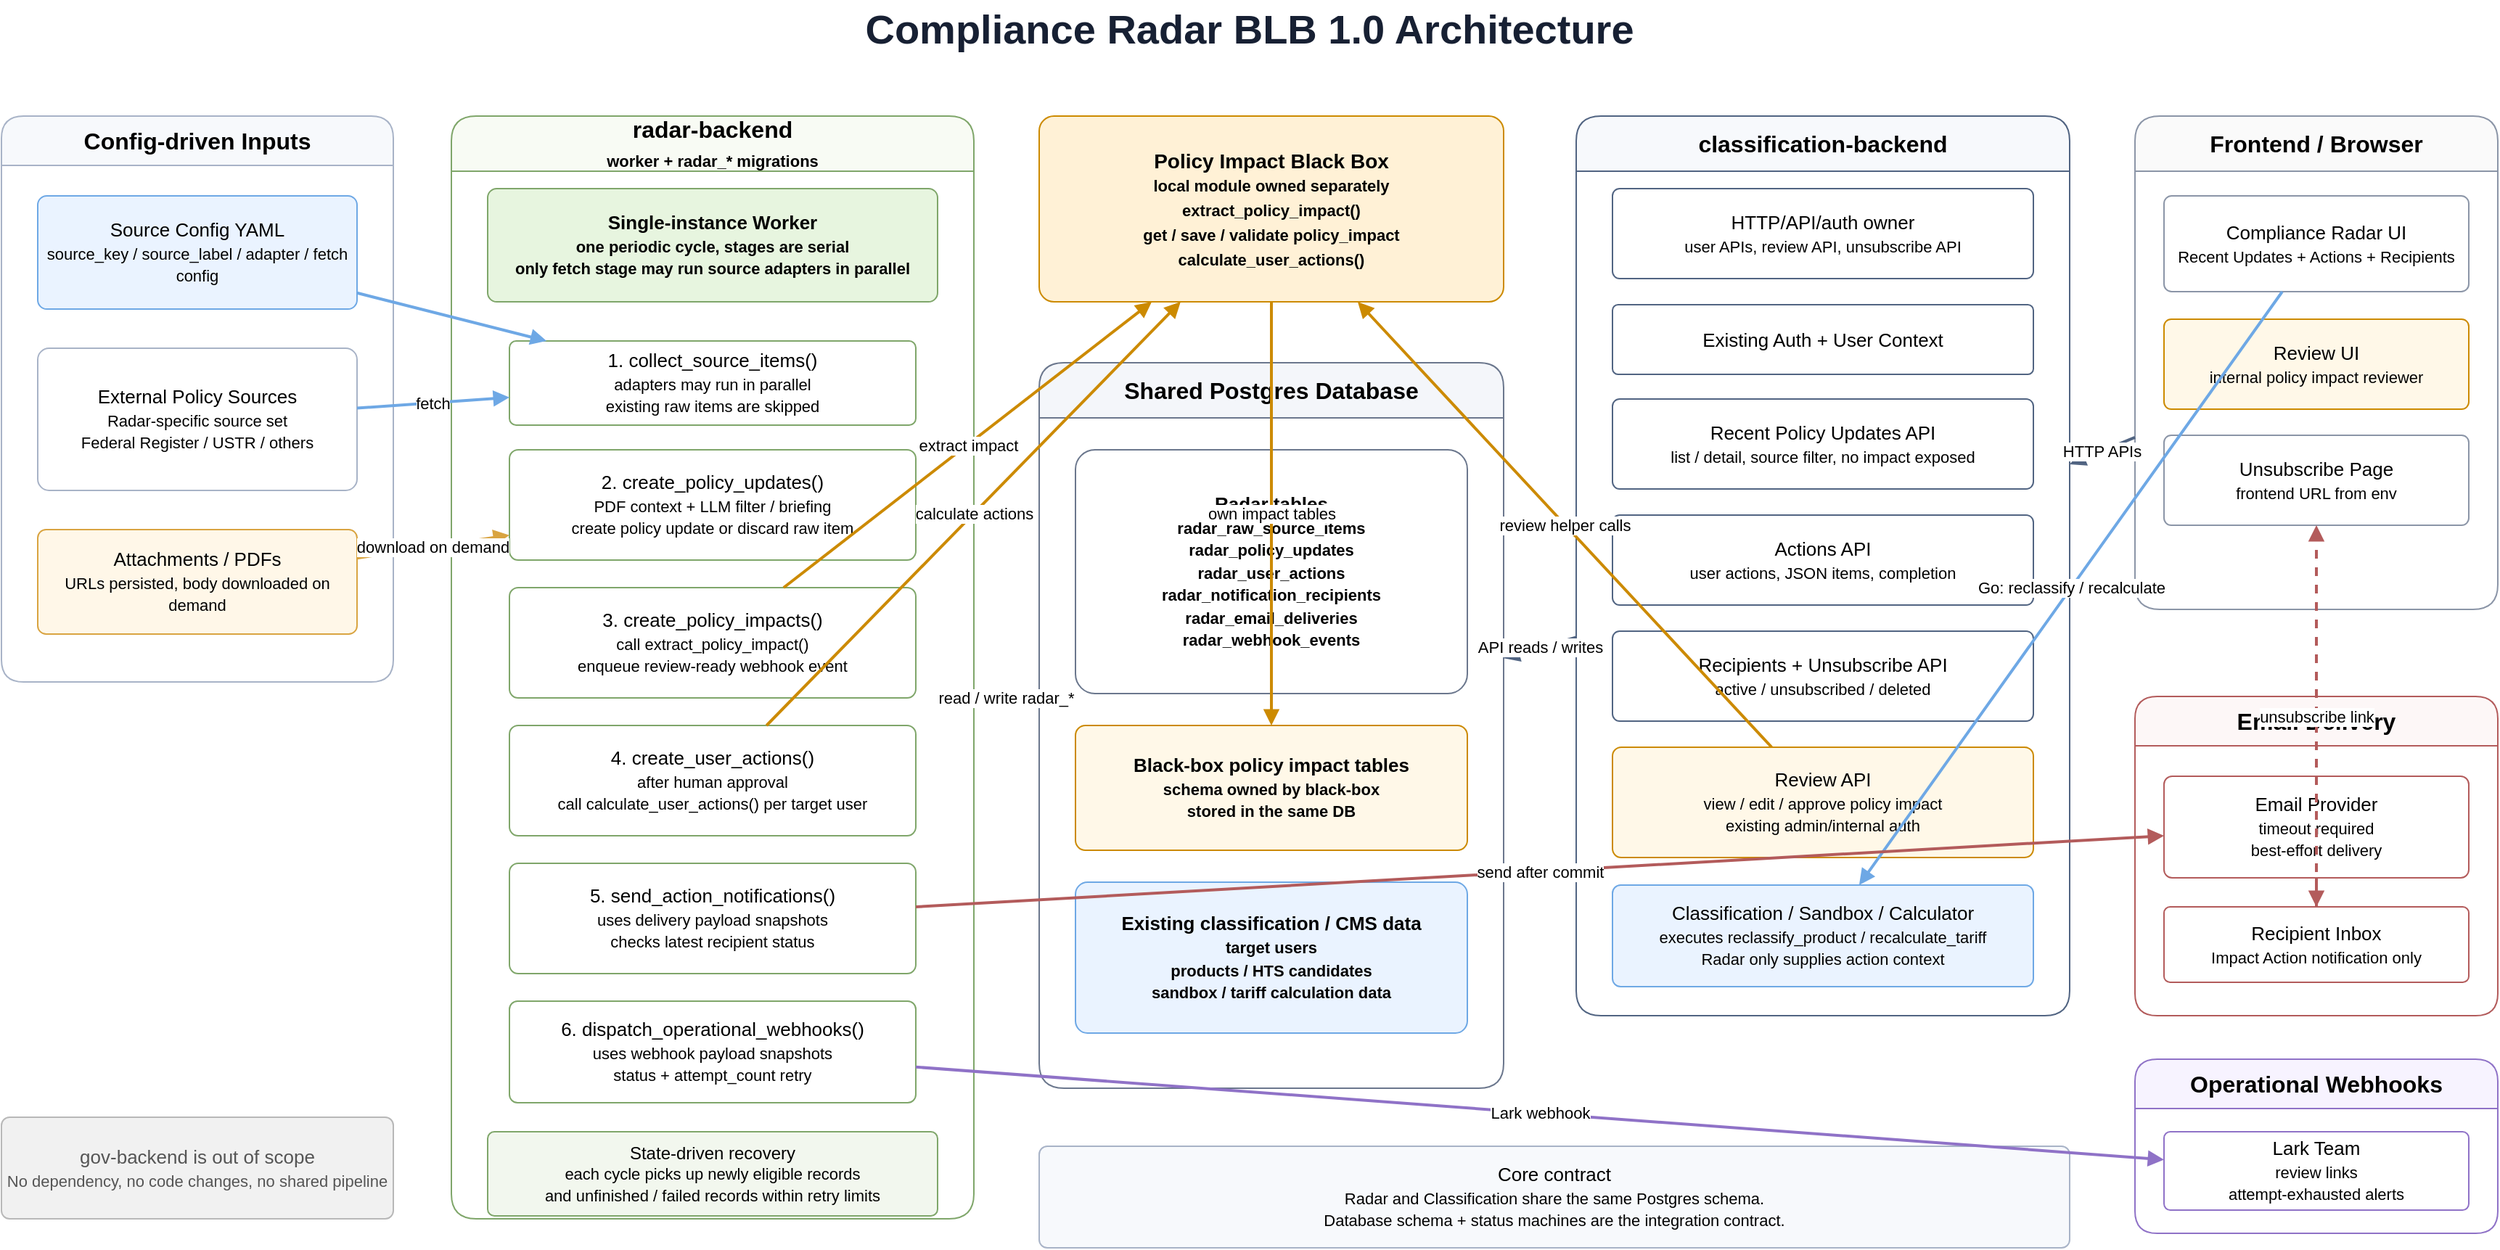
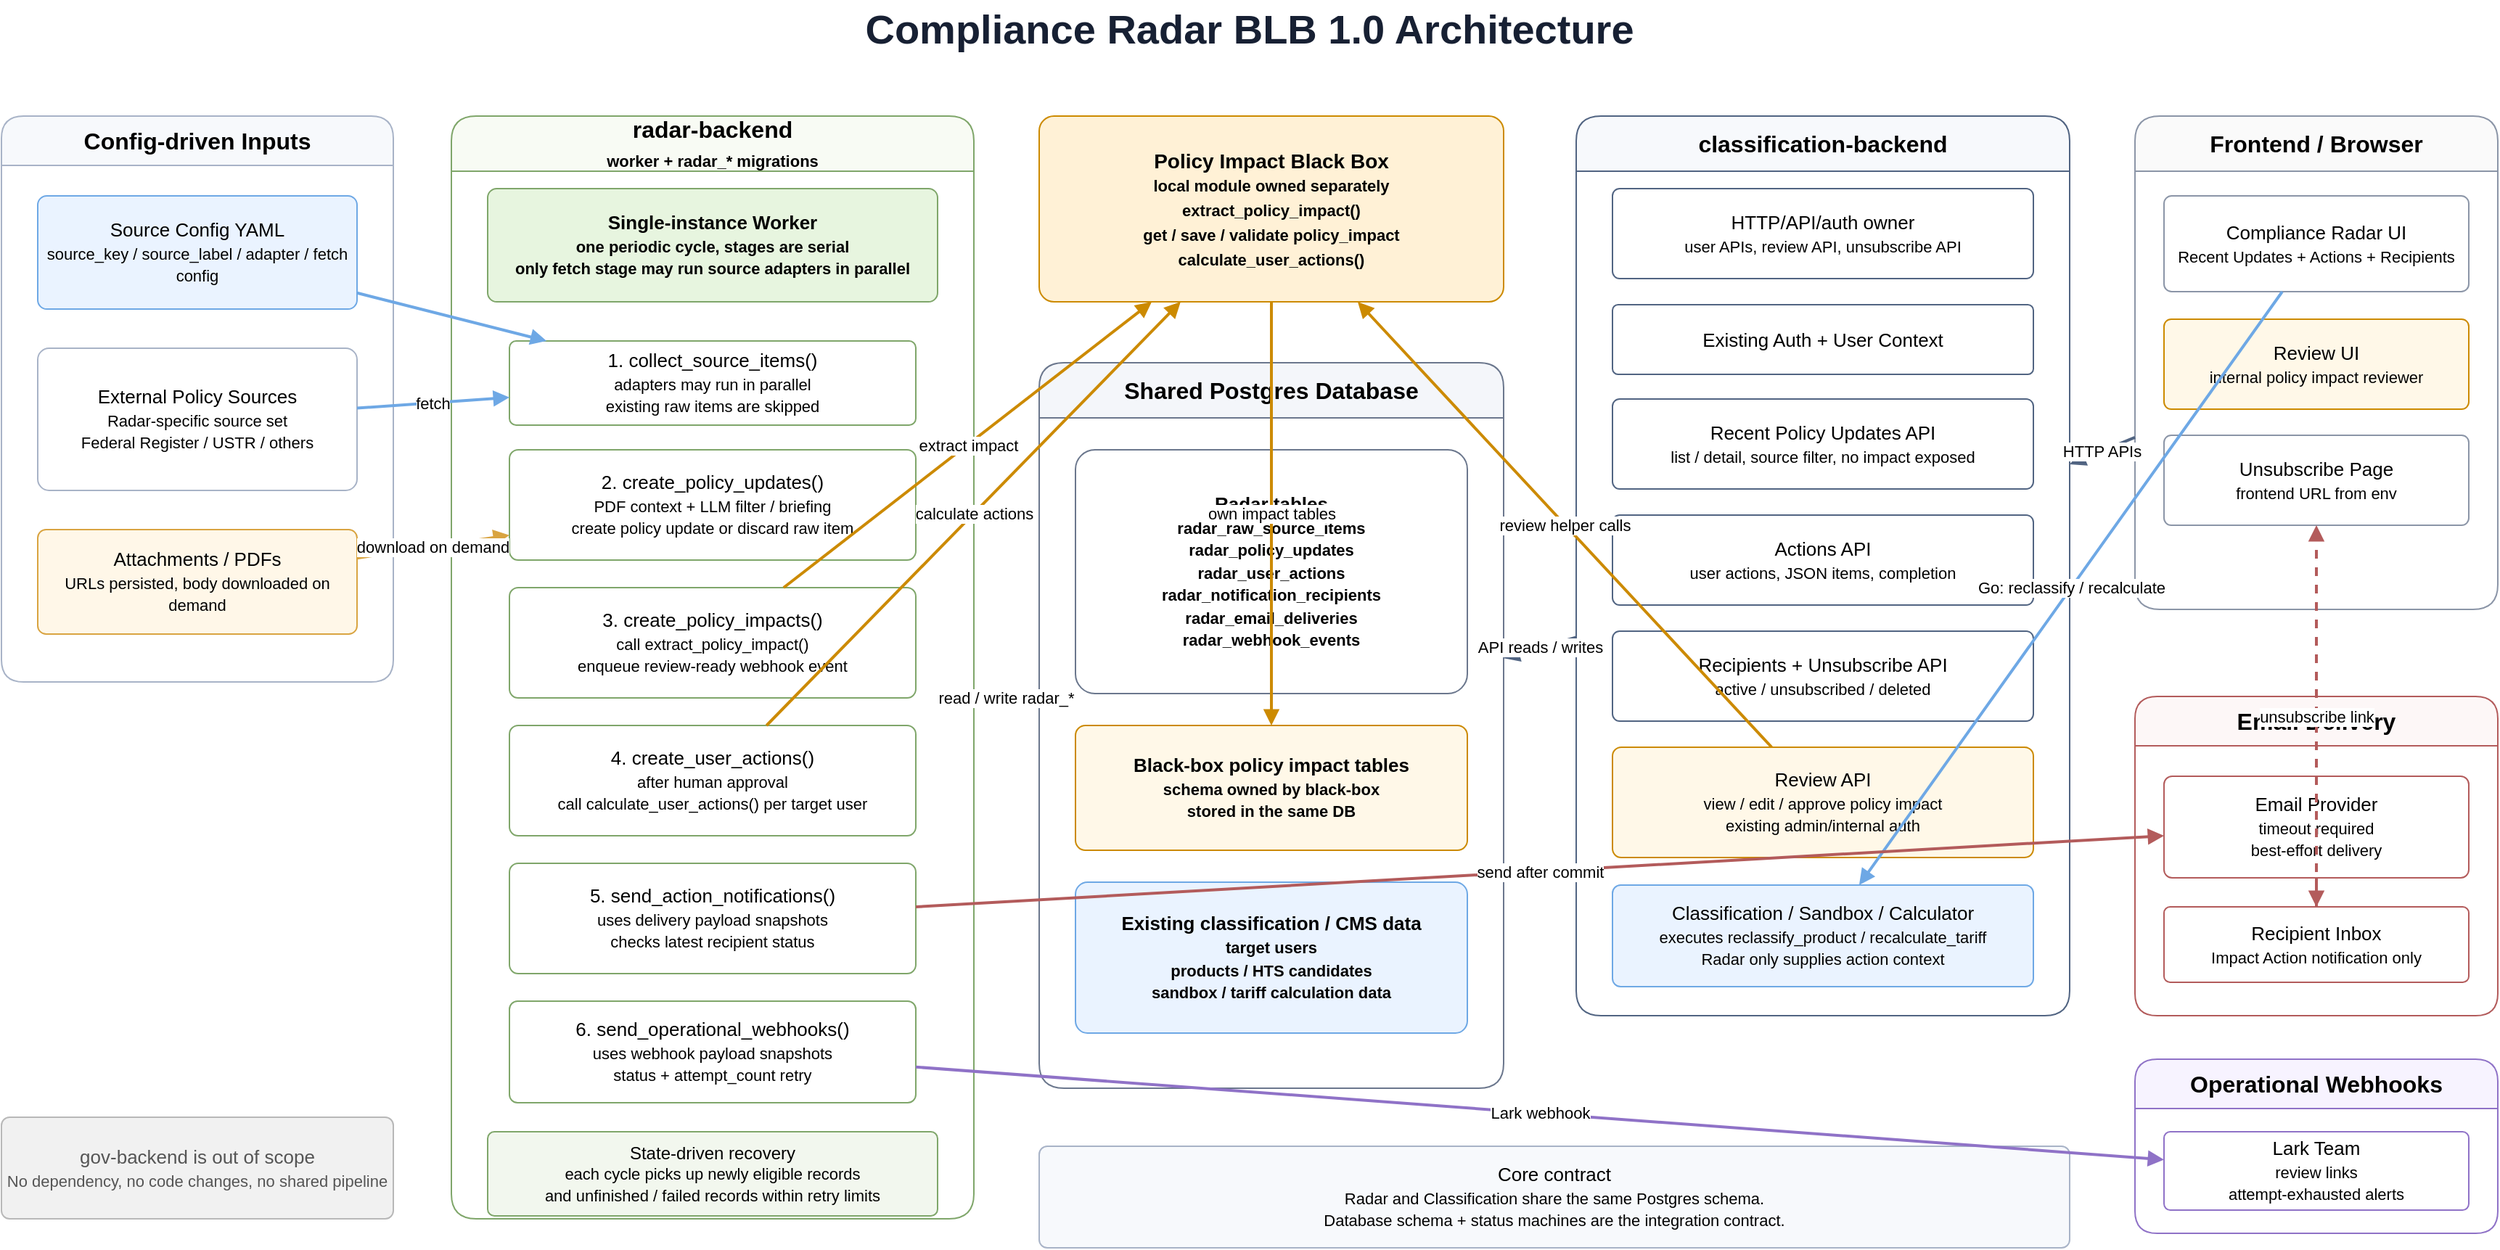
<mxfile host="app.diagrams.net" modified="2026-05-12T00:00:00.000Z" agent="Codex" version="24.7.17" type="device">
  <diagram id="compliance-radar-architecture" name="Compliance Radar Architecture">
    <mxGraphModel dx="1800" dy="1100" grid="1" gridSize="10" guides="1" tooltips="1" connect="1" arrows="1" fold="1" page="1" pageScale="1" pageWidth="1800" pageHeight="1100" math="0" shadow="0">
      <root>
        <mxCell id="0" />
        <mxCell id="1" parent="0" />

        <mxCell id="title" value="Compliance Radar BLB 1.0 Architecture" style="text;html=1;strokeColor=none;fillColor=none;align=center;verticalAlign=middle;whiteSpace=wrap;rounded=0;fontSize=28;fontStyle=1;fontColor=#172033;" vertex="1" parent="1">
          <mxGeometry x="40" y="20" width="1720" height="40" as="geometry" />
        </mxCell>

        <mxCell id="sourcesContainer" value="Config-driven Inputs" style="swimlane;html=1;startSize=34;rounded=1;whiteSpace=wrap;fillColor=#F7F9FC;strokeColor=#A8B3C7;fontSize=16;fontStyle=1;" vertex="1" parent="1">
          <mxGeometry x="40" y="100" width="270" height="390" as="geometry" />
        </mxCell>
        <mxCell id="sourceConfig" value="Source Config YAML&lt;br&gt;&lt;font style=&quot;font-size: 11px;&quot;&gt;source_key / source_label / adapter / fetch config&lt;/font&gt;" style="rounded=1;whiteSpace=wrap;html=1;arcSize=8;fillColor=#EAF3FF;strokeColor=#6EA8E5;fontSize=13;" vertex="1" parent="1">
          <mxGeometry x="65" y="155" width="220" height="78" as="geometry" />
        </mxCell>
        <mxCell id="externalSources" value="External Policy Sources&lt;br&gt;&lt;font style=&quot;font-size: 11px;&quot;&gt;Radar-specific source set&lt;br&gt;Federal Register / USTR / others&lt;/font&gt;" style="rounded=1;whiteSpace=wrap;html=1;arcSize=8;fillColor=#FFFFFF;strokeColor=#A8B3C7;fontSize=13;" vertex="1" parent="1">
          <mxGeometry x="65" y="260" width="220" height="98" as="geometry" />
        </mxCell>
        <mxCell id="attachments" value="Attachments / PDFs&lt;br&gt;&lt;font style=&quot;font-size: 11px;&quot;&gt;URLs persisted, body downloaded on demand&lt;/font&gt;" style="rounded=1;whiteSpace=wrap;html=1;arcSize=8;fillColor=#FFF7E8;strokeColor=#D9A441;fontSize=13;" vertex="1" parent="1">
          <mxGeometry x="65" y="385" width="220" height="72" as="geometry" />
        </mxCell>

        <mxCell id="radarContainer" value="radar-backend&lt;br&gt;&lt;font style=&quot;font-size: 11px;&quot;&gt;worker + radar_* migrations&lt;/font&gt;" style="swimlane;html=1;startSize=38;rounded=1;whiteSpace=wrap;fillColor=#F8FBF4;strokeColor=#7FA66A;fontSize=16;fontStyle=1;" vertex="1" parent="1">
          <mxGeometry x="350" y="100" width="360" height="760" as="geometry" />
        </mxCell>
        <mxCell id="singleWorker" value="Single-instance Worker&lt;br&gt;&lt;font style=&quot;font-size: 11px;&quot;&gt;one periodic cycle, stages are serial&lt;br&gt;only fetch stage may run source adapters in parallel&lt;/font&gt;" style="rounded=1;whiteSpace=wrap;html=1;arcSize=8;fillColor=#E7F5DF;strokeColor=#7FA66A;fontSize=13;fontStyle=1;" vertex="1" parent="1">
          <mxGeometry x="375" y="150" width="310" height="78" as="geometry" />
        </mxCell>
        <mxCell id="stageFetch" value="1. collect_source_items()&lt;br&gt;&lt;font style=&quot;font-size: 11px;&quot;&gt;adapters may run in parallel&lt;br&gt;existing raw items are skipped&lt;/font&gt;" style="rounded=1;whiteSpace=wrap;html=1;arcSize=8;fillColor=#FFFFFF;strokeColor=#7FA66A;fontSize=13;" vertex="1" parent="1">
          <mxGeometry x="390" y="255" width="280" height="58" as="geometry" />
        </mxCell>
        <mxCell id="stagePolicyUpdates" value="2. create_policy_updates()&lt;br&gt;&lt;font style=&quot;font-size: 11px;&quot;&gt;PDF context + LLM filter / briefing&lt;br&gt;create policy update or discard raw item&lt;/font&gt;" style="rounded=1;whiteSpace=wrap;html=1;arcSize=8;fillColor=#FFFFFF;strokeColor=#7FA66A;fontSize=13;" vertex="1" parent="1">
          <mxGeometry x="390" y="330" width="280" height="76" as="geometry" />
        </mxCell>
        <mxCell id="stageImpacts" value="3. create_policy_impacts()&lt;br&gt;&lt;font style=&quot;font-size: 11px;&quot;&gt;call extract_policy_impact()&lt;br&gt;enqueue review-ready webhook event&lt;/font&gt;" style="rounded=1;whiteSpace=wrap;html=1;arcSize=8;fillColor=#FFFFFF;strokeColor=#7FA66A;fontSize=13;" vertex="1" parent="1">
          <mxGeometry x="390" y="425" width="280" height="76" as="geometry" />
        </mxCell>
        <mxCell id="stageActions" value="4. create_user_actions()&lt;br&gt;&lt;font style=&quot;font-size: 11px;&quot;&gt;after human approval&lt;br&gt;call calculate_user_actions() per target user&lt;/font&gt;" style="rounded=1;whiteSpace=wrap;html=1;arcSize=8;fillColor=#FFFFFF;strokeColor=#7FA66A;fontSize=13;" vertex="1" parent="1">
          <mxGeometry x="390" y="520" width="280" height="76" as="geometry" />
        </mxCell>
        <mxCell id="stageEmail" value="5. send_action_notifications()&lt;br&gt;&lt;font style=&quot;font-size: 11px;&quot;&gt;uses delivery payload snapshots&lt;br&gt;checks latest recipient status&lt;/font&gt;" style="rounded=1;whiteSpace=wrap;html=1;arcSize=8;fillColor=#FFFFFF;strokeColor=#7FA66A;fontSize=13;" vertex="1" parent="1">
          <mxGeometry x="390" y="615" width="280" height="76" as="geometry" />
        </mxCell>
-         <mxCell id="stageWebhooks" value="6. dispatch_operational_webhooks()&lt;br&gt;&lt;font style=&quot;font-size: 11px;&quot;&gt;uses webhook payload snapshots&lt;br&gt;status + attempt_count retry&lt;/font&gt;" style="rounded=1;whiteSpace=wrap;html=1;arcSize=8;fillColor=#FFFFFF;strokeColor=#7FA66A;fontSize=13;" vertex="1" parent="1">
+         <mxCell id="stageWebhooks" value="6. send_operational_webhooks()&lt;br&gt;&lt;font style=&quot;font-size: 11px;&quot;&gt;uses webhook payload snapshots&lt;br&gt;status + attempt_count retry&lt;/font&gt;" style="rounded=1;whiteSpace=wrap;html=1;arcSize=8;fillColor=#FFFFFF;strokeColor=#7FA66A;fontSize=13;" vertex="1" parent="1">
          <mxGeometry x="390" y="710" width="280" height="70" as="geometry" />
        </mxCell>
        <mxCell id="stateDrivenRecovery" value="State-driven recovery&lt;br&gt;&lt;font style=&quot;font-size: 11px;&quot;&gt;each cycle picks up newly eligible records&lt;br&gt;and unfinished / failed records within retry limits&lt;/font&gt;" style="rounded=1;whiteSpace=wrap;html=1;arcSize=8;fillColor=#F2F7EE;strokeColor=#7FA66A;fontSize=12;" vertex="1" parent="1">
          <mxGeometry x="375" y="800" width="310" height="58" as="geometry" />
        </mxCell>

        <mxCell id="blackbox" value="Policy Impact Black Box&lt;br&gt;&lt;font style=&quot;font-size: 11px;&quot;&gt;local module owned separately&lt;br&gt;extract_policy_impact()&lt;br&gt;get / save / validate policy_impact&lt;br&gt;calculate_user_actions()&lt;/font&gt;" style="rounded=1;whiteSpace=wrap;html=1;arcSize=8;fillColor=#FFF1D6;strokeColor=#CC8A00;fontSize=14;fontStyle=1;" vertex="1" parent="1">
          <mxGeometry x="755" y="100" width="320" height="128" as="geometry" />
        </mxCell>

        <mxCell id="dbContainer" value="Shared Postgres Database" style="swimlane;html=1;startSize=38;rounded=1;whiteSpace=wrap;fillColor=#F4F6FA;strokeColor=#6B778D;fontSize=16;fontStyle=1;" vertex="1" parent="1">
          <mxGeometry x="755" y="270" width="320" height="500" as="geometry" />
        </mxCell>
        <mxCell id="radarTables" value="Radar tables&lt;br&gt;&lt;font style=&quot;font-size: 11px;&quot;&gt;radar_raw_source_items&lt;br&gt;radar_policy_updates&lt;br&gt;radar_user_actions&lt;br&gt;radar_notification_recipients&lt;br&gt;radar_email_deliveries&lt;br&gt;radar_webhook_events&lt;/font&gt;" style="rounded=1;whiteSpace=wrap;html=1;arcSize=8;fillColor=#FFFFFF;strokeColor=#6B778D;fontSize=13;fontStyle=1;" vertex="1" parent="1">
          <mxGeometry x="780" y="330" width="270" height="168" as="geometry" />
        </mxCell>
        <mxCell id="impactTables" value="Black-box policy impact tables&lt;br&gt;&lt;font style=&quot;font-size: 11px;&quot;&gt;schema owned by black-box&lt;br&gt;stored in the same DB&lt;/font&gt;" style="rounded=1;whiteSpace=wrap;html=1;arcSize=8;fillColor=#FFF8E8;strokeColor=#CC8A00;fontSize=13;fontStyle=1;" vertex="1" parent="1">
          <mxGeometry x="780" y="520" width="270" height="86" as="geometry" />
        </mxCell>
        <mxCell id="classificationTables" value="Existing classification / CMS data&lt;br&gt;&lt;font style=&quot;font-size: 11px;&quot;&gt;target users&lt;br&gt;products / HTS candidates&lt;br&gt;sandbox / tariff calculation data&lt;/font&gt;" style="rounded=1;whiteSpace=wrap;html=1;arcSize=8;fillColor=#EAF3FF;strokeColor=#6EA8E5;fontSize=13;fontStyle=1;" vertex="1" parent="1">
          <mxGeometry x="780" y="628" width="270" height="104" as="geometry" />
        </mxCell>

        <mxCell id="classificationContainer" value="classification-backend" style="swimlane;html=1;startSize=38;rounded=1;whiteSpace=wrap;fillColor=#F7F9FC;strokeColor=#516482;fontSize=16;fontStyle=1;" vertex="1" parent="1">
          <mxGeometry x="1125" y="100" width="340" height="620" as="geometry" />
        </mxCell>
        <mxCell id="migrationOwner" value="HTTP/API/auth owner&lt;br&gt;&lt;font style=&quot;font-size: 11px;&quot;&gt;user APIs, review API, unsubscribe API&lt;/font&gt;" style="rounded=1;whiteSpace=wrap;html=1;arcSize=8;fillColor=#FFFFFF;strokeColor=#516482;fontSize=13;" vertex="1" parent="1">
          <mxGeometry x="1150" y="150" width="290" height="62" as="geometry" />
        </mxCell>
        <mxCell id="authApi" value="Existing Auth + User Context" style="rounded=1;whiteSpace=wrap;html=1;arcSize=8;fillColor=#FFFFFF;strokeColor=#516482;fontSize=13;" vertex="1" parent="1">
          <mxGeometry x="1150" y="230" width="290" height="48" as="geometry" />
        </mxCell>
        <mxCell id="recentApi" value="Recent Policy Updates API&lt;br&gt;&lt;font style=&quot;font-size: 11px;&quot;&gt;list / detail, source filter, no impact exposed&lt;/font&gt;" style="rounded=1;whiteSpace=wrap;html=1;arcSize=8;fillColor=#FFFFFF;strokeColor=#516482;fontSize=13;" vertex="1" parent="1">
          <mxGeometry x="1150" y="295" width="290" height="62" as="geometry" />
        </mxCell>
        <mxCell id="actionApi" value="Actions API&lt;br&gt;&lt;font style=&quot;font-size: 11px;&quot;&gt;user actions, JSON items, completion&lt;/font&gt;" style="rounded=1;whiteSpace=wrap;html=1;arcSize=8;fillColor=#FFFFFF;strokeColor=#516482;fontSize=13;" vertex="1" parent="1">
          <mxGeometry x="1150" y="375" width="290" height="62" as="geometry" />
        </mxCell>
        <mxCell id="recipientApi" value="Recipients + Unsubscribe API&lt;br&gt;&lt;font style=&quot;font-size: 11px;&quot;&gt;active / unsubscribed / deleted&lt;/font&gt;" style="rounded=1;whiteSpace=wrap;html=1;arcSize=8;fillColor=#FFFFFF;strokeColor=#516482;fontSize=13;" vertex="1" parent="1">
          <mxGeometry x="1150" y="455" width="290" height="62" as="geometry" />
        </mxCell>
        <mxCell id="reviewApi" value="Review API&lt;br&gt;&lt;font style=&quot;font-size: 11px;&quot;&gt;view / edit / approve policy impact&lt;br&gt;existing admin/internal auth&lt;/font&gt;" style="rounded=1;whiteSpace=wrap;html=1;arcSize=8;fillColor=#FFF8E8;strokeColor=#CC8A00;fontSize=13;" vertex="1" parent="1">
          <mxGeometry x="1150" y="535" width="290" height="76" as="geometry" />
        </mxCell>
        <mxCell id="executionApi" value="Classification / Sandbox / Calculator&lt;br&gt;&lt;font style=&quot;font-size: 11px;&quot;&gt;executes reclassify_product / recalculate_tariff&lt;br&gt;Radar only supplies action context&lt;/font&gt;" style="rounded=1;whiteSpace=wrap;html=1;arcSize=8;fillColor=#EAF3FF;strokeColor=#6EA8E5;fontSize=13;" vertex="1" parent="1">
          <mxGeometry x="1150" y="630" width="290" height="70" as="geometry" />
        </mxCell>

        <mxCell id="frontendContainer" value="Frontend / Browser" style="swimlane;html=1;startSize=38;rounded=1;whiteSpace=wrap;fillColor=#FAFAFA;strokeColor=#8B95A7;fontSize=16;fontStyle=1;" vertex="1" parent="1">
          <mxGeometry x="1510" y="100" width="250" height="340" as="geometry" />
        </mxCell>
        <mxCell id="radarUi" value="Compliance Radar UI&lt;br&gt;&lt;font style=&quot;font-size: 11px;&quot;&gt;Recent Updates + Actions + Recipients&lt;/font&gt;" style="rounded=1;whiteSpace=wrap;html=1;arcSize=8;fillColor=#FFFFFF;strokeColor=#8B95A7;fontSize=13;" vertex="1" parent="1">
          <mxGeometry x="1530" y="155" width="210" height="66" as="geometry" />
        </mxCell>
        <mxCell id="reviewUi" value="Review UI&lt;br&gt;&lt;font style=&quot;font-size: 11px;&quot;&gt;internal policy impact reviewer&lt;/font&gt;" style="rounded=1;whiteSpace=wrap;html=1;arcSize=8;fillColor=#FFF8E8;strokeColor=#CC8A00;fontSize=13;" vertex="1" parent="1">
          <mxGeometry x="1530" y="240" width="210" height="62" as="geometry" />
        </mxCell>
        <mxCell id="unsubscribePage" value="Unsubscribe Page&lt;br&gt;&lt;font style=&quot;font-size: 11px;&quot;&gt;frontend URL from env&lt;/font&gt;" style="rounded=1;whiteSpace=wrap;html=1;arcSize=8;fillColor=#FFFFFF;strokeColor=#8B95A7;fontSize=13;" vertex="1" parent="1">
          <mxGeometry x="1530" y="320" width="210" height="62" as="geometry" />
        </mxCell>

        <mxCell id="emailContainer" value="Email Delivery" style="swimlane;html=1;startSize=34;rounded=1;whiteSpace=wrap;fillColor=#FDF7F7;strokeColor=#B35B5B;fontSize=16;fontStyle=1;" vertex="1" parent="1">
          <mxGeometry x="1510" y="500" width="250" height="220" as="geometry" />
        </mxCell>
        <mxCell id="emailProvider" value="Email Provider&lt;br&gt;&lt;font style=&quot;font-size: 11px;&quot;&gt;timeout required&lt;br&gt;best-effort delivery&lt;/font&gt;" style="rounded=1;whiteSpace=wrap;html=1;arcSize=8;fillColor=#FFFFFF;strokeColor=#B35B5B;fontSize=13;" vertex="1" parent="1">
          <mxGeometry x="1530" y="555" width="210" height="70" as="geometry" />
        </mxCell>
        <mxCell id="recipientInbox" value="Recipient Inbox&lt;br&gt;&lt;font style=&quot;font-size: 11px;&quot;&gt;Impact Action notification only&lt;/font&gt;" style="rounded=1;whiteSpace=wrap;html=1;arcSize=8;fillColor=#FFFFFF;strokeColor=#B35B5B;fontSize=13;" vertex="1" parent="1">
          <mxGeometry x="1530" y="645" width="210" height="52" as="geometry" />
        </mxCell>

        <mxCell id="opsContainer" value="Operational Webhooks" style="swimlane;html=1;startSize=34;rounded=1;whiteSpace=wrap;fillColor=#F7F3FF;strokeColor=#8F72C7;fontSize=16;fontStyle=1;" vertex="1" parent="1">
          <mxGeometry x="1510" y="750" width="250" height="120" as="geometry" />
        </mxCell>
        <mxCell id="larkTeam" value="Lark Team&lt;br&gt;&lt;font style=&quot;font-size: 11px;&quot;&gt;review links&lt;br&gt;attempt-exhausted alerts&lt;/font&gt;" style="rounded=1;whiteSpace=wrap;html=1;arcSize=8;fillColor=#FFFFFF;strokeColor=#8F72C7;fontSize=13;" vertex="1" parent="1">
          <mxGeometry x="1530" y="800" width="210" height="54" as="geometry" />
        </mxCell>

        <mxCell id="notGov" value="gov-backend is out of scope&lt;br&gt;&lt;font style=&quot;font-size: 11px;&quot;&gt;No dependency, no code changes, no shared pipeline&lt;/font&gt;" style="rounded=1;whiteSpace=wrap;html=1;arcSize=8;fillColor=#F1F1F1;strokeColor=#B8B8B8;fontSize=13;fontColor=#555555;" vertex="1" parent="1">
          <mxGeometry x="40" y="790" width="270" height="70" as="geometry" />
        </mxCell>

        <mxCell id="legend" value="Core contract&lt;br&gt;&lt;font style=&quot;font-size: 11px;&quot;&gt;Radar and Classification share the same Postgres schema.&lt;br&gt;Database schema + status machines are the integration contract.&lt;/font&gt;" style="rounded=1;whiteSpace=wrap;html=1;arcSize=8;fillColor=#F7F9FC;strokeColor=#A8B3C7;fontSize=13;" vertex="1" parent="1">
          <mxGeometry x="755" y="810" width="710" height="70" as="geometry" />
        </mxCell>

        <mxCell id="eConfigFetch" value="" style="endArrow=block;html=1;rounded=0;strokeWidth=2;strokeColor=#6EA8E5;" edge="1" parent="1" source="sourceConfig" target="stageFetch">
          <mxGeometry relative="1" as="geometry" />
        </mxCell>
        <mxCell id="eSourcesFetch" value="fetch" style="endArrow=block;html=1;rounded=0;strokeWidth=2;strokeColor=#6EA8E5;fontSize=11;" edge="1" parent="1" source="externalSources" target="stageFetch">
          <mxGeometry relative="1" as="geometry" />
        </mxCell>
        <mxCell id="ePdfsProcess" value="download on demand" style="endArrow=block;html=1;rounded=0;strokeWidth=2;strokeColor=#D9A441;fontSize=11;" edge="1" parent="1" source="attachments" target="stagePolicyUpdates">
          <mxGeometry relative="1" as="geometry" />
        </mxCell>

        <mxCell id="eWorkerDb" value="read / write radar_*" style="endArrow=block;html=1;rounded=0;strokeWidth=2;strokeColor=#5B7F4D;fontSize=11;" edge="1" parent="1" source="radarContainer" target="dbContainer">
          <mxGeometry relative="1" as="geometry" />
        </mxCell>
        <mxCell id="eWorkerBlackbox" value="extract impact" style="endArrow=block;html=1;rounded=0;strokeWidth=2;strokeColor=#CC8A00;fontSize=11;" edge="1" parent="1" source="stageImpacts" target="blackbox">
          <mxGeometry relative="1" as="geometry" />
        </mxCell>
        <mxCell id="eActionsBlackbox" value="calculate actions" style="endArrow=block;html=1;rounded=0;strokeWidth=2;strokeColor=#CC8A00;fontSize=11;" edge="1" parent="1" source="stageActions" target="blackbox">
          <mxGeometry relative="1" as="geometry">
            <mxPoint x="725" y="615" as="targetPoint" />
          </mxGeometry>
        </mxCell>
        <mxCell id="eOpsWebhook" value="Lark webhook" style="endArrow=block;html=1;rounded=0;strokeWidth=2;strokeColor=#8F72C7;fontSize=11;" edge="1" parent="1" source="stageWebhooks" target="larkTeam">
          <mxGeometry relative="1" as="geometry" />
        </mxCell>
        <mxCell id="eBlackboxDb" value="own impact tables" style="endArrow=block;html=1;rounded=0;strokeWidth=2;strokeColor=#CC8A00;fontSize=11;" edge="1" parent="1" source="blackbox" target="impactTables">
          <mxGeometry relative="1" as="geometry" />
        </mxCell>

        <mxCell id="eClassDb" value="API reads / writes" style="endArrow=block;html=1;rounded=0;strokeWidth=2;strokeColor=#516482;fontSize=11;" edge="1" parent="1" source="classificationContainer" target="dbContainer">
          <mxGeometry relative="1" as="geometry" />
        </mxCell>
        <mxCell id="eReviewBlackbox" value="review helper calls" style="endArrow=block;html=1;rounded=0;strokeWidth=2;strokeColor=#CC8A00;fontSize=11;" edge="1" parent="1" source="reviewApi" target="blackbox">
          <mxGeometry relative="1" as="geometry" />
        </mxCell>

        <mxCell id="eFrontendBackend" value="HTTP APIs" style="endArrow=block;html=1;rounded=0;strokeWidth=2;strokeColor=#516482;fontSize=11;" edge="1" parent="1" source="frontendContainer" target="classificationContainer">
          <mxGeometry relative="1" as="geometry" />
        </mxCell>
        <mxCell id="eGoExecute" value="Go: reclassify / recalculate" style="endArrow=block;html=1;rounded=0;strokeWidth=2;strokeColor=#6EA8E5;fontSize=11;" edge="1" parent="1" source="radarUi" target="executionApi">
          <mxGeometry relative="1" as="geometry" />
        </mxCell>
        <mxCell id="eEmailProvider" value="send after commit" style="endArrow=block;html=1;rounded=0;strokeWidth=2;strokeColor=#B35B5B;fontSize=11;" edge="1" parent="1" source="stageEmail" target="emailProvider">
          <mxGeometry relative="1" as="geometry" />
        </mxCell>
        <mxCell id="eProviderInbox" value="" style="endArrow=block;html=1;rounded=0;strokeWidth=2;strokeColor=#B35B5B;" edge="1" parent="1" source="emailProvider" target="recipientInbox">
          <mxGeometry relative="1" as="geometry" />
        </mxCell>
        <mxCell id="eUnsubscribe" value="unsubscribe link" style="endArrow=block;html=1;rounded=0;strokeWidth=2;strokeColor=#B35B5B;fontSize=11;dashed=1;" edge="1" parent="1" source="recipientInbox" target="unsubscribePage">
          <mxGeometry relative="1" as="geometry" />
        </mxCell>
      </root>
    </mxGraphModel>
  </diagram>
</mxfile>
